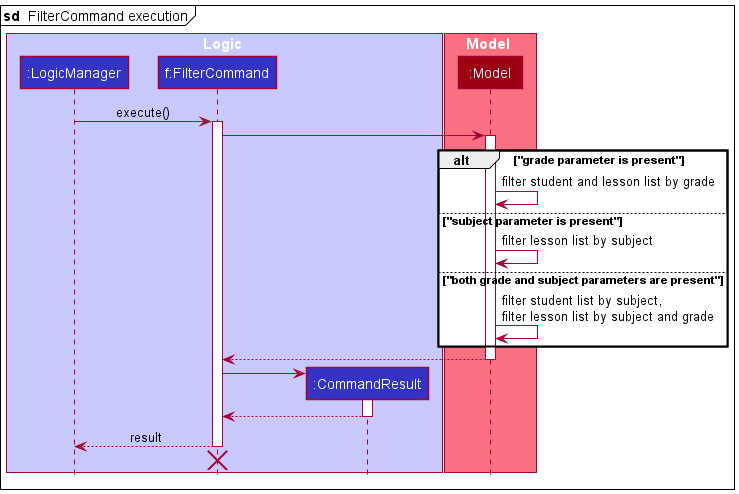
Above: docs/images/DeveloperGuideImage/FilterSequenceDiagram1.png in nus-cs2103-AY2122S1/tp (PlantUML), before the change.
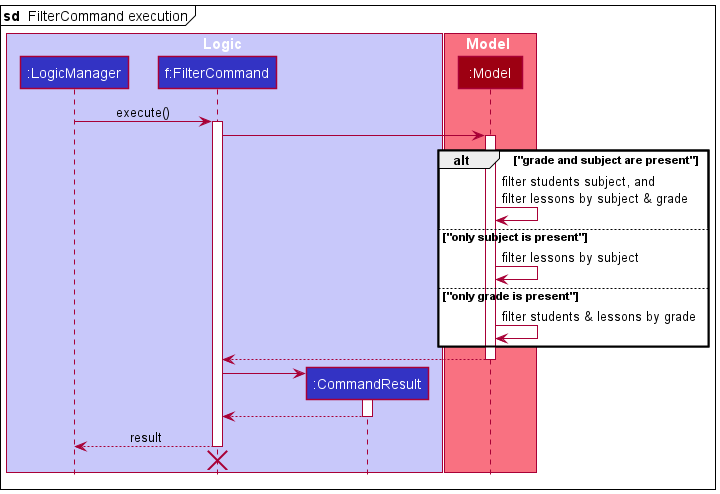
After the commit.

Diff of the diagram source:
```diff
@@ -19,14 +19,14 @@
 FilterCommand -> Model
 activate Model
 
-alt "grade parameter is present"
-    Model -> Model : filter student and lesson list by grade
+alt "grade and subject are present"
+    Model -> Model : filter students subject, and\nfilter lessons by subject & grade
 
-else "subject parameter is present"
-    Model -> Model : filter lesson list by subject
+else "only subject is present"
+    Model -> Model : filter lessons by subject
 
-else "both grade and subject parameters are present"
-    Model -> Model : filter student list by subject,\nfilter lesson list by subject and grade
+else "only grade is present"
+    Model -> Model : filter students & lessons by grade
 end
 
 Model --> FilterCommand
```
